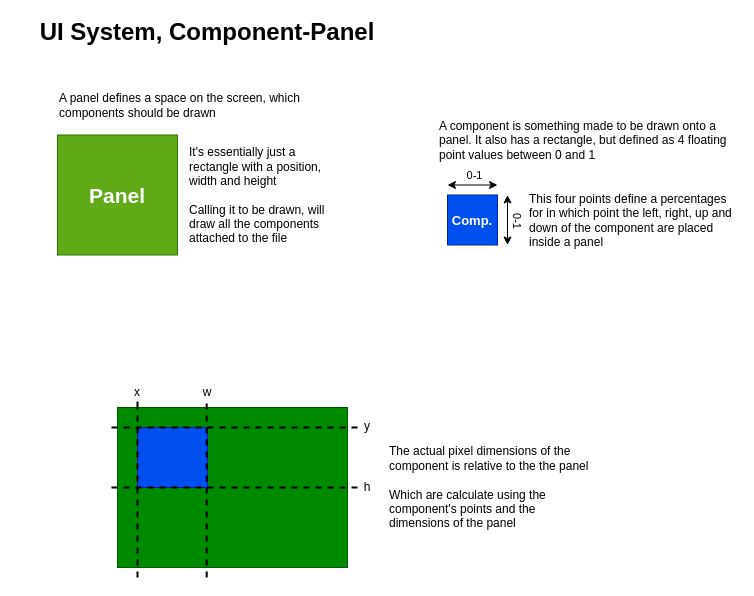
Above: page "Page-2" (2 of 2) of diagrams/UI.drawio in Vi-dot1/Raydraw (draw.io), before the change. Source tidied: cells renumbered, new cells numbered last; positions are measured from the earlier drawing's top-left corner, leaving out a move shared by most shapes. Both pictures are drawn from the tidied source at 100%, with x=0, y=0 at pixel (17, 17).
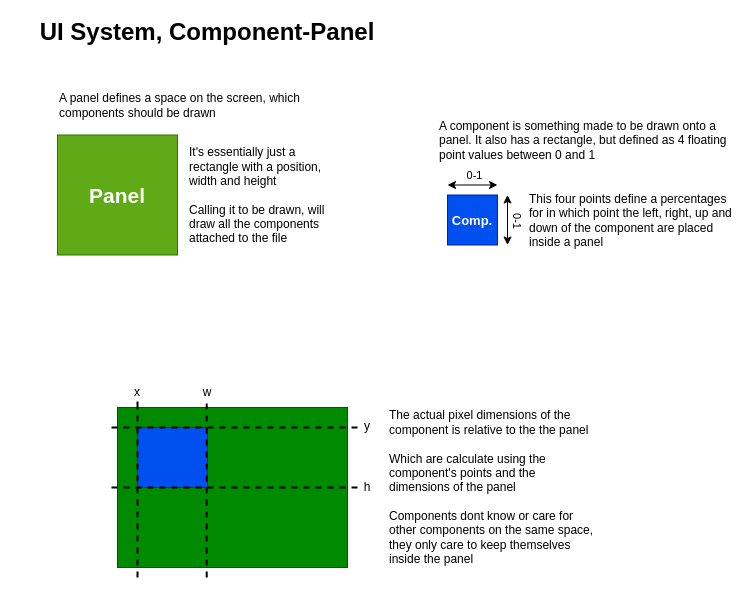
The same diagram, later.

Commit message (it also covers changes not shown here):
First version of the new UI system, there's only implementations for `Label` and `TextButton` for the moments.

The edit, as a diff of the source:
```diff
@@
-    <mxCell id="16" value="The actual pixel dimensions of the component is relative to the the panel&lt;br&gt;&lt;br&gt;Which are calculate using the component's points and the dimensions of the panel" style="text;html=1;strokeColor=none;fillColor=none;align=left;verticalAlign=middle;whiteSpace=wrap;rounded=0;fontSize=12;" parent="1" vertex="1">
+    <mxCell id="16" value="The actual pixel dimensions of the component is relative to the the panel&lt;br&gt;&lt;br&gt;Which are calculate using the component's points and the dimensions of the panel&lt;br&gt;&lt;br&gt;Components dont know or care for other components on the same space, they only care to keep themselves inside the panel" style="text;html=1;strokeColor=none;fillColor=none;align=left;verticalAlign=middle;whiteSpace=wrap;rounded=0;fontSize=12;" parent="1" vertex="1">
       <mxGeometry x="370" y="390" width="210" height="160" as="geometry" />
     </mxCell>
```
